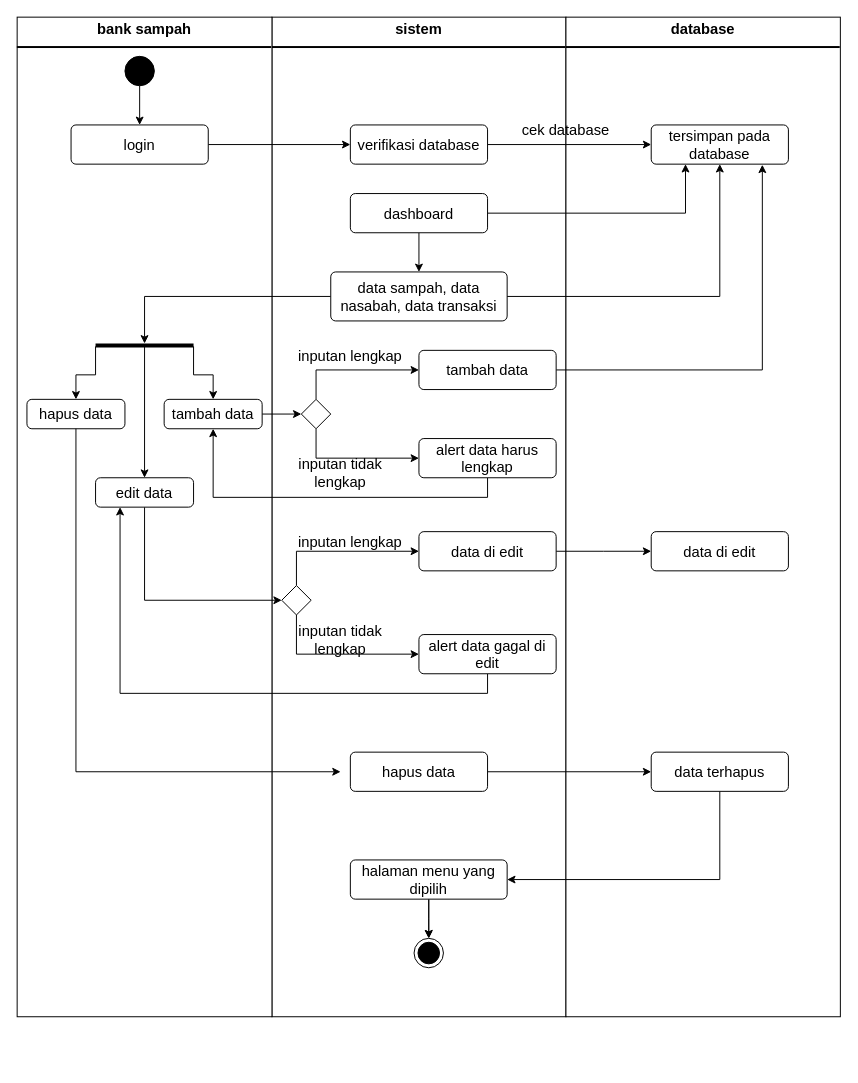
Before: page "activity diagram bank sampah" (12 of 13) of Untitled Diagram.drawio in dreamergirl01/uml_bankSampah, a draw.io diagram. Source tidied: cells renumbered, new cells numbered last; positions are measured from the earlier drawing's top-left corner, leaving out a move shared by most shapes. Both pictures are drawn from the tidied source at 98%, with x=0, y=0 at pixel (17, 17).
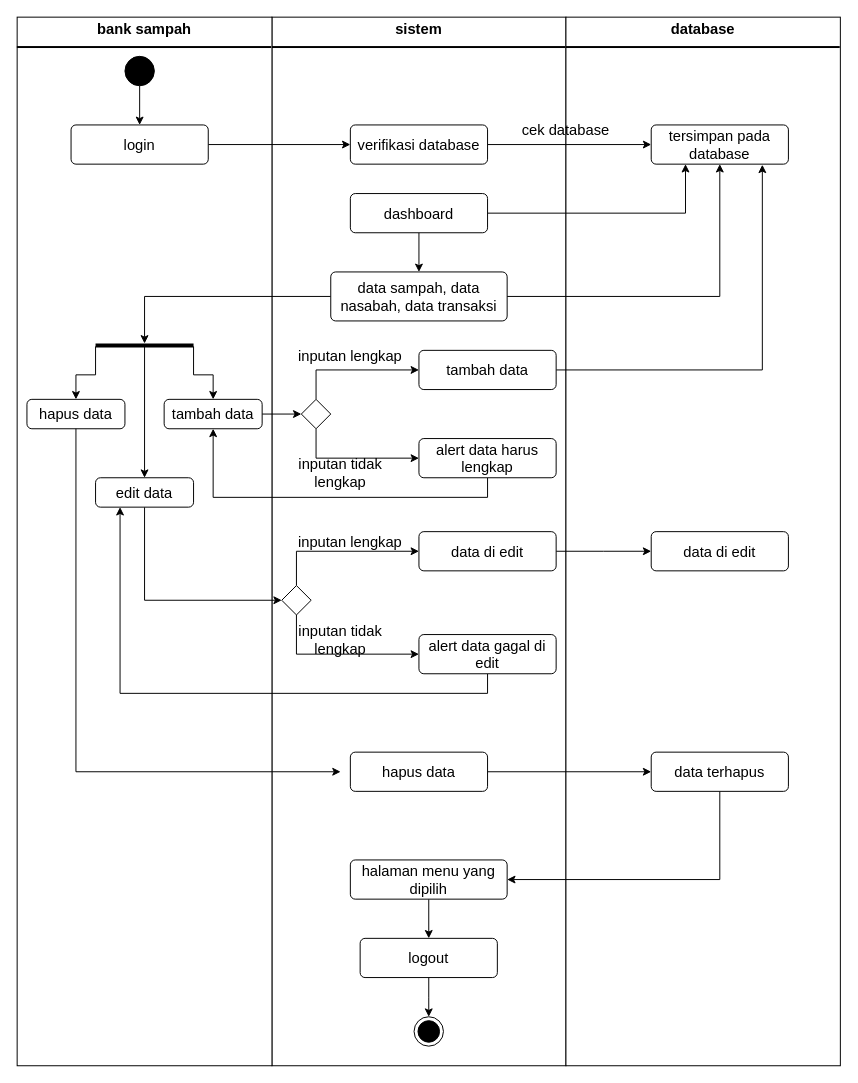
Above is the later version.

Unchanged cells that the change refers to:
```xml
<mxCell id="52" value="halaman menu yang dipilih" style="html=1;align=center;verticalAlign=middle;rounded=1;absoluteArcSize=1;arcSize=10;dashed=0;whiteSpace=wrap;fontSize=15;" parent="1" vertex="1">
  <mxGeometry x="340" y="860" width="160" height="40" as="geometry" />
</mxCell>
```

The edit, as a diff of the source:
```diff
@@
     <mxCell id="2" value="&lt;p style=&quot;margin:0px;margin-top:4px;text-align:center;&quot;&gt;&lt;b&gt;sistem&lt;/b&gt;&lt;/p&gt;&lt;hr style=&quot;border-style:solid;&quot;&gt;&lt;div style=&quot;height:2px;&quot;&gt;&lt;/div&gt;" style="verticalAlign=top;align=left;overflow=fill;html=1;whiteSpace=wrap;fontSize=15;" parent="1" vertex="1">
-      <mxGeometry x="260" width="300" height="1020" as="geometry" />
+      <mxGeometry x="260" width="300" height="1070" as="geometry" />
     </mxCell>
     <mxCell id="3" value="&lt;p style=&quot;margin:0px;margin-top:4px;text-align:center;&quot;&gt;&lt;b&gt;database&lt;/b&gt;&lt;/p&gt;&lt;hr style=&quot;border-style:solid;&quot;&gt;&lt;div style=&quot;height:2px;&quot;&gt;&lt;/div&gt;" style="verticalAlign=top;align=left;overflow=fill;html=1;whiteSpace=wrap;fontSize=15;" parent="1" vertex="1">
-      <mxGeometry x="560" width="280" height="1020" as="geometry" />
+      <mxGeometry x="560" width="280" height="1070" as="geometry" />
     </mxCell>
     <mxCell id="4" value="&lt;p style=&quot;margin:0px;margin-top:4px;text-align:center;&quot;&gt;&lt;b&gt;bank sampah&lt;/b&gt;&lt;/p&gt;&lt;hr style=&quot;border-style:solid;&quot;&gt;&lt;div style=&quot;height:2px;&quot;&gt;&lt;/div&gt;" style="verticalAlign=top;align=left;overflow=fill;html=1;whiteSpace=wrap;fontSize=15;" parent="1" vertex="1">
-      <mxGeometry width="260" height="1020" as="geometry" />
+      <mxGeometry width="260" height="1070" as="geometry" />
     </mxCell>
@@
-    <mxCell id="50" style="edgeStyle=orthogonalEdgeStyle;rounded=0;jettySize=auto;html=1;entryX=0.5;entryY=0;entryDx=0;entryDy=0;" parent="1" edge="1" source="52">
-      <mxGeometry relative="1" as="geometry">
-        <mxPoint x="420" y="940" as="targetPoint" />
-      </mxGeometry>
-    </mxCell>
-    <mxCell id="51" style="edgeStyle=orthogonalEdgeStyle;rounded=0;jettySize=auto;html=1;entryX=0.5;entryY=0;entryDx=0;entryDy=0;" parent="1" edge="1" source="52" target="53">
-      <mxGeometry relative="1" as="geometry" />
-    </mxCell>
+    <mxCell id="56" style="edgeStyle=orthogonalEdgeStyle;rounded=0;jettySize=auto;html=1;" parent="1" edge="1" source="52" target="57">
+      <mxGeometry relative="1" as="geometry" />
+    </mxCell>
@@
     <mxCell id="53" style="ellipse;html=1;shape=endState;fillColor=strokeColor;" parent="1" vertex="1">
-      <mxGeometry x="405" y="940" width="30" height="30" as="geometry" />
+      <mxGeometry x="405" y="1020" width="30" height="30" as="geometry" />
     </mxCell>
@@
+    <mxCell id="57" value="logout" style="html=1;align=center;verticalAlign=middle;rounded=1;absoluteArcSize=1;arcSize=10;dashed=0;whiteSpace=wrap;fontSize=15;" parent="1" vertex="1">
+      <mxGeometry x="350" y="940" width="140" height="40" as="geometry" />
+    </mxCell>
+    <mxCell id="58" style="edgeStyle=orthogonalEdgeStyle;rounded=0;jettySize=auto;html=1;" parent="1" edge="1" source="57">
+      <mxGeometry relative="1" as="geometry">
+        <mxPoint x="420" y="1020" as="targetPoint" />
+      </mxGeometry>
+    </mxCell>
```
